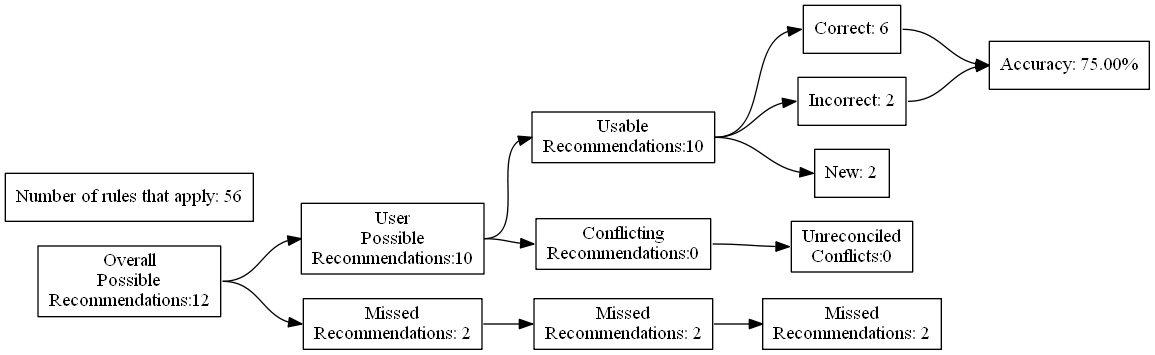
This is test_renders/7.gv.png from ZaxR/ibd_diet_analysis, a Graphviz export, as it was before one commit. Its source is kept beside it as test_renders/7.gv.
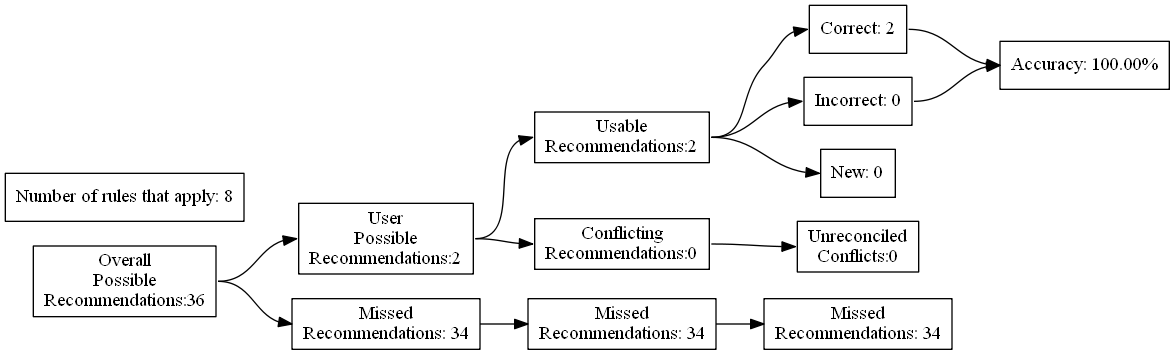
After the change.

What changed in the source:
```diff
@@ -4,27 +4,27 @@
 	edge [headport=w tailport=e]
 		A [label="Overall
 Possible
-Recommendations:12"]
+Recommendations:36"]
 		B [label="User
 Possible
-Recommendations:10"]
+Recommendations:2"]
 		C [label="Missed
-Recommendations: 2"]
+Recommendations: 34"]
 		D [label="Usable
-Recommendations:10"]
+Recommendations:2"]
 		E [label="Conflicting
 Recommendations:0"]
 		J [label="Missed
-Recommendations: 2"]
+Recommendations: 34"]
 		M [label="Unreconciled
 Conflicts:0"]
-		F [label="Correct: 6"]
-		G [label="Incorrect: 2"]
-		H [label="New: 2"]
+		F [label="Correct: 2"]
+		G [label="Incorrect: 0"]
+		H [label="New: 0"]
 		K [label="Missed
-Recommendations: 2"]
-		I [label="Accuracy: 75.00%"]
-		l [label="Number of rules that apply: 56"]
+Recommendations: 34"]
+		I [label="Accuracy: 100.00%"]
+		l [label="Number of rules that apply: 8"]
 			A -> B
 			A -> C
 			B -> D
```
